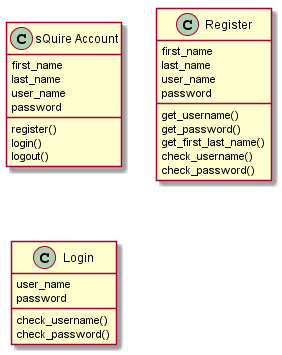
Earlier version of the PlantUML export hw3/useraccount.png (voxelv/sQuire_kw).
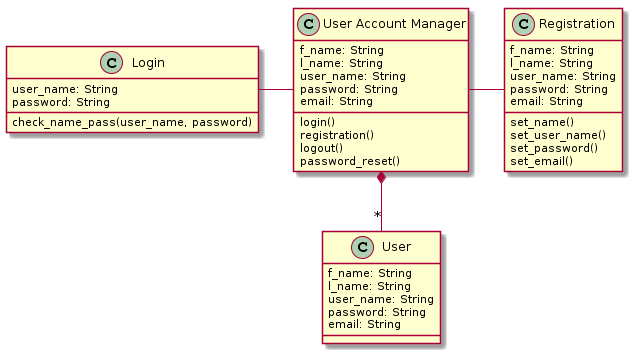
Above is the later version.

Change to the diagram source:
```diff
@@ -1,44 +1,49 @@
 @startuml
+class "User Account Manager" as UAM {
+f_name: String
+l_name: String
+user_name: String
+password: String
+email: String
 
-class "sQuire Account" as ua {
-first_name
-last_name
-user_name
-password
-register()
 login()
+registration()
 logout()
+password_reset()
 }
 
 
+class "User" as U {
+f_name: String
+l_name: String
+user_name: String
+password: String
+email: String
 
-class "Register" as re {
-first_name
-last_name
-user_name
-password
 
-get_username()
-get_password()
-get_first_last_name()
-check_username()
-check_password()
 }
 
-class "Login" as lo {
-user_name
-password
+class "Registration" as R {
+f_name: String
+l_name: String
+user_name: String
+password: String
+email: String
 
-check_username()
-check_password()
+set_name()
+set_user_name()
+set_password()
+set_email()
 }
 
 
+class "Login" as login {
+user_name: String
+password: String
 
-
-
-
-
-
-
+check_name_pass(user_name, password)
+}
+U "*"-d-* UAM
+login -r- UAM
+R -l- UAM
 @enduml
```
